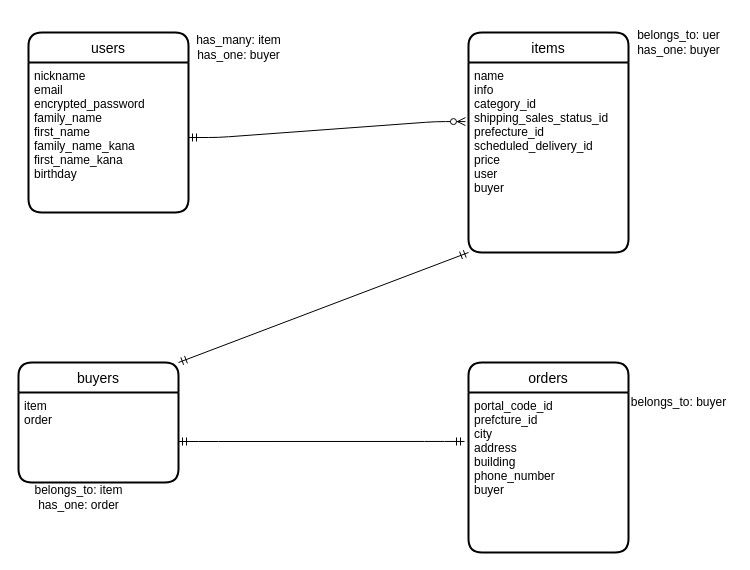
Above: db.dio in Jun922/furima-34716 (draw.io), before the change. Source tidied: cells renumbered, new cells numbered last; positions are measured from the earlier drawing's top-left corner, leaving out a move shared by most shapes. Both pictures are drawn from the tidied source at 100%, with x=0, y=0 at pixel (18, 27).
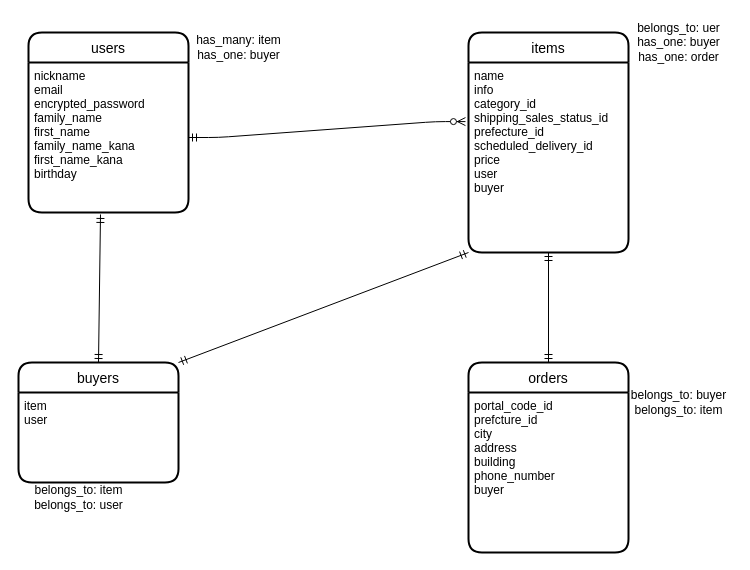
After the change.

The edit, as a diff of the source:
```diff
@@
 <mxGraphModel>
   <root>
     <mxCell id="0" />
     <mxCell id="1" parent="0" />
     <mxCell id="2" value="users" style="swimlane;horizontal=1;startSize=30;rounded=1;fontSize=14;fontStyle=0;strokeWidth=2;shadow=0;dashed=0;align=center;" parent="1" vertex="1">
       <mxGeometry x="10" y="5" width="160" height="180" as="geometry" />
     </mxCell>
     <mxCell id="3" value="nickname&#10;email&#10;encrypted_password&#10;family_name&#10;first_name&#10;family_name_kana&#10;first_name_kana&#10;birthday" style="align=left;strokeColor=none;fillColor=none;spacingLeft=4;fontSize=12;verticalAlign=top;" parent="2" vertex="1">
       <mxGeometry y="30" width="160" height="150" as="geometry" />
     </mxCell>
     <mxCell id="4" value="items" style="swimlane;horizontal=1;startSize=30;rounded=1;fontSize=14;fontStyle=0;strokeWidth=2;shadow=0;dashed=0;align=center;" parent="1" vertex="1">
       <mxGeometry x="450" y="5" width="160" height="220" as="geometry" />
     </mxCell>
     <mxCell id="5" value="name&#10;info&#10;category_id&#10;shipping_sales_status_id&#10;prefecture_id&#10;scheduled_delivery_id&#10;price&#10;user&#10;buyer" style="align=left;strokeColor=none;fillColor=none;spacingLeft=4;fontSize=12;verticalAlign=top;fontStyle=0;" parent="4" vertex="1">
       <mxGeometry y="30" width="160" height="190" as="geometry" />
     </mxCell>
     <mxCell id="6" value="buyers" style="swimlane;horizontal=1;startSize=30;rounded=1;fontSize=14;fontStyle=0;strokeWidth=2;shadow=0;dashed=0;align=center;" parent="1" vertex="1">
       <mxGeometry y="335" width="160" height="120" as="geometry" />
     </mxCell>
-    <mxCell id="7" value="item&#10;order" style="align=left;strokeColor=none;fillColor=none;spacingLeft=4;fontSize=12;verticalAlign=top;" parent="6" vertex="1">
+    <mxCell id="7" value="item&#10;user" style="align=left;strokeColor=none;fillColor=none;spacingLeft=4;fontSize=12;verticalAlign=top;" parent="6" vertex="1">
       <mxGeometry y="30" width="160" height="90" as="geometry" />
     </mxCell>
     <mxCell id="8" value="orders" style="swimlane;horizontal=1;startSize=30;rounded=1;fontSize=14;fontStyle=0;strokeWidth=2;shadow=0;dashed=0;align=center;" parent="1" vertex="1">
       <mxGeometry x="450" y="335" width="160" height="190" as="geometry" />
     </mxCell>
     <mxCell id="9" value="portal_code_id&#10;prefcture_id&#10;city&#10;address&#10;building&#10;phone_number&#10;buyer" style="align=left;strokeColor=none;fillColor=none;spacingLeft=4;fontSize=12;verticalAlign=top;" parent="8" vertex="1">
       <mxGeometry y="30" width="160" height="160" as="geometry" />
     </mxCell>
     <mxCell id="10" style="edgeStyle=entityRelationEdgeStyle;fontSize=12;html=1;endArrow=ERzeroToMany;startArrow=ERmandOne;exitX=1;exitY=0.5;exitDx=0;exitDy=0;entryX=-0.019;entryY=0.311;entryDx=0;entryDy=0;entryPerimeter=0;" parent="1" edge="1" source="3" target="5">
       <mxGeometry relative="1" as="geometry" />
     </mxCell>
-    <mxCell id="11" style="edgeStyle=entityRelationEdgeStyle;fontSize=12;html=1;endArrow=ERmandOne;startArrow=ERmandOne;entryX=-0.025;entryY=0.306;entryDx=0;entryDy=0;entryPerimeter=0;" parent="1" edge="1" target="9">
-      <mxGeometry relative="1" as="geometry">
-        <mxPoint x="160" y="414" as="sourcePoint" />
-      </mxGeometry>
-    </mxCell>
     <mxCell id="12" style="fontSize=12;html=1;endArrow=ERmandOne;startArrow=ERmandOne;exitX=1;exitY=0;exitDx=0;exitDy=0;entryX=0;entryY=1;entryDx=0;entryDy=0;" parent="1" edge="1" source="6" target="5">
       <mxGeometry relative="1" as="geometry" />
     </mxCell>
     <mxCell id="13" value="has_many: item&lt;br&gt;has_one: buyer" style="text;html=1;align=center;verticalAlign=middle;" parent="1" vertex="1">
       <mxGeometry x="170" y="5" width="100" height="30" as="geometry" />
     </mxCell>
-    <mxCell id="14" value="belongs_to: uer&lt;br&gt;has_one: buyer" style="text;html=1;align=center;verticalAlign=middle;" parent="1" vertex="1">
-      <mxGeometry x="610" width="100" height="30" as="geometry" />
+    <mxCell id="14" value="belongs_to: uer&lt;br&gt;has_one: buyer&lt;br&gt;has_one: order" style="text;html=1;align=center;verticalAlign=middle;" parent="1" vertex="1">
+      <mxGeometry x="610" y="-10" width="100" height="50" as="geometry" />
     </mxCell>
-    <mxCell id="15" value="belongs_to: item&lt;br&gt;has_one: order" style="text;html=1;align=center;verticalAlign=middle;" parent="1" vertex="1">
+    <mxCell id="15" value="belongs_to: item&lt;br&gt;belongs_to: user" style="text;html=1;align=center;verticalAlign=middle;" parent="1" vertex="1">
       <mxGeometry x="10" y="455" width="100" height="30" as="geometry" />
     </mxCell>
-    <mxCell id="16" value="belongs_to: buyer" style="text;html=1;align=center;verticalAlign=middle;" parent="1" vertex="1">
-      <mxGeometry x="605" y="365" width="110" height="20" as="geometry" />
+    <mxCell id="16" value="belongs_to: buyer&lt;br&gt;belongs_to: item" style="text;html=1;align=center;verticalAlign=middle;" parent="1" vertex="1">
+      <mxGeometry x="605" y="360" width="110" height="30" as="geometry" />
     </mxCell>
+    <mxCell id="17" style="fontSize=12;html=1;endArrow=ERmandOne;startArrow=ERmandOne;exitX=0.5;exitY=0;exitDx=0;exitDy=0;entryX=0.45;entryY=1.013;entryDx=0;entryDy=0;entryPerimeter=0;" parent="1" edge="1" source="6" target="3">
+      <mxGeometry relative="1" as="geometry" />
+    </mxCell>
+    <mxCell id="18" style="fontSize=12;html=1;endArrow=ERmandOne;startArrow=ERmandOne;entryX=0.5;entryY=1;entryDx=0;entryDy=0;exitX=0.5;exitY=0;exitDx=0;exitDy=0;" parent="1" edge="1" source="8" target="5">
+      <mxGeometry relative="1" as="geometry" />
+    </mxCell>
   </root>
 </mxGraphModel>
```
